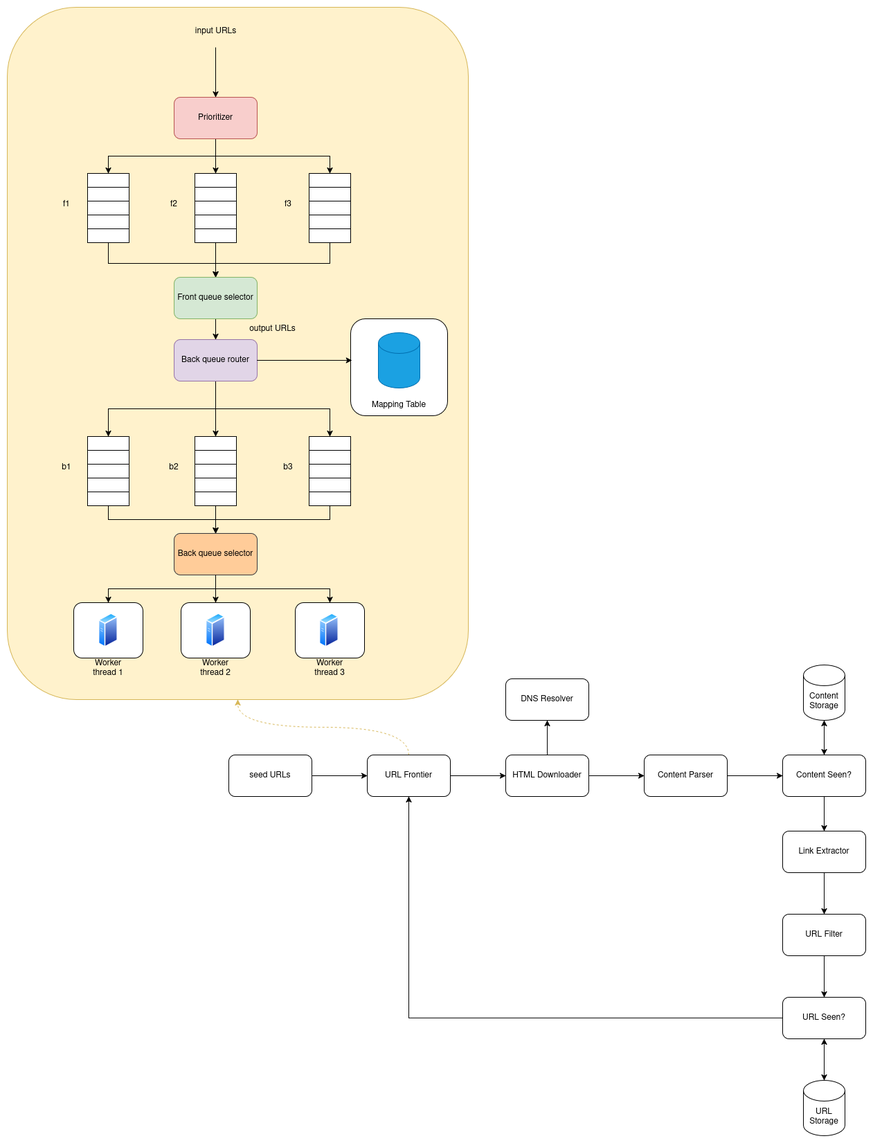
Before: docs/assets/web_crawler.drawio.png, a diagram exported from draw.io (da0p/GithubPage). Source tidied: cells renumbered, new cells last; positions are measured from the earlier drawing's top-left corner, leaving out a move shared by most shapes.
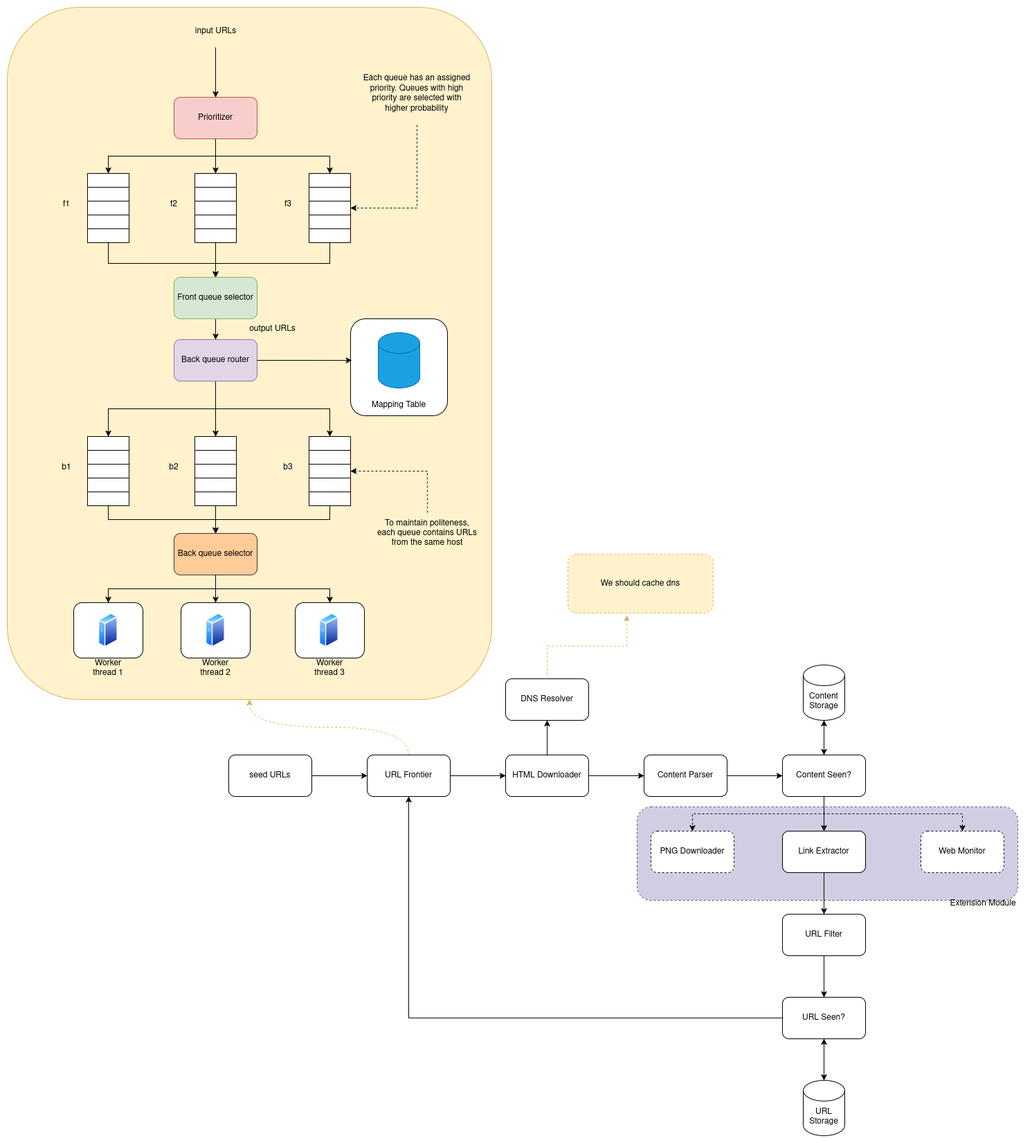
Above is the later version.

What changed in the source:
```diff
@@ -2,8 +2,11 @@
   <root>
     <mxCell id="0" />
     <mxCell id="1" parent="0" />
+    <mxCell id="98" style="rounded=1;whiteSpace=wrap;html=1;fillColor=#d0cee2;strokeColor=#56517e;dashed=1;" parent="1" vertex="1">
+      <mxGeometry x="910" y="1155" width="550" height="135" as="geometry" />
+    </mxCell>
     <mxCell id="2" style="rounded=1;whiteSpace=wrap;html=1;fillColor=#fff2cc;strokeColor=#d6b656;fillStyle=auto;" parent="1" vertex="1">
-      <mxGeometry width="666" height="1000" as="geometry" />
+      <mxGeometry width="700" height="1000" as="geometry" />
     </mxCell>
     <mxCell id="3" style="rounded=1;whiteSpace=wrap;html=1;" parent="1" vertex="1">
       <mxGeometry x="416" y="860" width="100" height="80" as="geometry" />
@@ -50,6 +53,12 @@
     <mxCell id="17" style="edgeStyle=orthogonalEdgeStyle;rounded=0;jettySize=auto;html=1;" parent="1" edge="1" source="18" target="23">
       <mxGeometry relative="1" as="geometry" />
     </mxCell>
+    <mxCell id="99" style="edgeStyle=orthogonalEdgeStyle;rounded=0;jettySize=auto;html=1;exitX=0.5;exitY=1;exitDx=0;exitDy=0;entryX=0.5;entryY=0;entryDx=0;entryDy=0;dashed=1;" parent="1" edge="1" source="18" target="107">
+      <mxGeometry relative="1" as="geometry" />
+    </mxCell>
+    <mxCell id="100" style="edgeStyle=orthogonalEdgeStyle;rounded=0;jettySize=auto;html=1;exitX=0.5;exitY=1;exitDx=0;exitDy=0;entryX=0.5;entryY=0;entryDx=0;entryDy=0;dashed=1;" parent="1" edge="1" source="18" target="108">
+      <mxGeometry relative="1" as="geometry" />
+    </mxCell>
     <mxCell id="18" value="Content Seen?" style="rounded=1;whiteSpace=wrap;html=1;" parent="1" vertex="1">
       <mxGeometry x="1120" y="1080" width="120" height="60" as="geometry" />
     </mxCell>
@@ -302,5 +311,32 @@
     <mxCell id="97" value="Worker thread 3" style="text;html=1;align=center;verticalAlign=middle;whiteSpace=wrap;rounded=0;" parent="1" vertex="1">
       <mxGeometry x="436" y="940" width="60" height="30" as="geometry" />
     </mxCell>
+    <mxCell id="101" style="edgeStyle=orthogonalEdgeStyle;rounded=0;jettySize=auto;html=1;exitX=0.5;exitY=0;exitDx=0;exitDy=0;entryX=1;entryY=0.5;entryDx=0;entryDy=0;dashed=1;" parent="1" edge="1" source="102" target="75">
+      <mxGeometry relative="1" as="geometry" />
+    </mxCell>
+    <mxCell id="102" value="To maintain politeness,&lt;br&gt;each queue contains URLs from the same host" style="text;html=1;align=center;verticalAlign=middle;whiteSpace=wrap;rounded=0;" parent="1" vertex="1">
+      <mxGeometry x="530" y="730" width="154" height="60" as="geometry" />
+    </mxCell>
+    <mxCell id="103" style="edgeStyle=orthogonalEdgeStyle;rounded=0;jettySize=auto;html=1;entryX=1;entryY=0.5;entryDx=0;entryDy=0;exitX=0.5;exitY=1;exitDx=0;exitDy=0;dashed=1;" parent="1" edge="1" source="104" target="44">
+      <mxGeometry relative="1" as="geometry" />
+    </mxCell>
+    <mxCell id="104" value="Each queue has an assigned priority. Queues with high priority are selected with higher probability" style="text;html=1;align=center;verticalAlign=middle;whiteSpace=wrap;rounded=0;" parent="1" vertex="1">
+      <mxGeometry x="510" y="80" width="164" height="90" as="geometry" />
+    </mxCell>
+    <mxCell id="105" value="We should cache dns" style="rounded=1;whiteSpace=wrap;html=1;fillColor=#fff2cc;strokeColor=#d6b656;dashed=1;" parent="1" vertex="1">
+      <mxGeometry x="810" y="790" width="210" height="85" as="geometry" />
+    </mxCell>
+    <mxCell id="106" style="edgeStyle=orthogonalEdgeStyle;rounded=0;jettySize=auto;html=1;exitX=0.5;exitY=0;exitDx=0;exitDy=0;entryX=0.405;entryY=1.036;entryDx=0;entryDy=0;entryPerimeter=0;dashed=1;fillColor=#fff2cc;strokeColor=#d6b656;" parent="1" edge="1" source="19" target="105">
+      <mxGeometry relative="1" as="geometry" />
+    </mxCell>
+    <mxCell id="107" value="PNG Downloader" style="rounded=1;whiteSpace=wrap;html=1;dashed=1;" parent="1" vertex="1">
+      <mxGeometry x="930" y="1190" width="120" height="60" as="geometry" />
+    </mxCell>
+    <mxCell id="108" value="Web Monitor" style="rounded=1;whiteSpace=wrap;html=1;dashed=1;" parent="1" vertex="1">
+      <mxGeometry x="1320" y="1190" width="120" height="60" as="geometry" />
+    </mxCell>
+    <mxCell id="109" value="Extension Module" style="text;html=1;align=center;verticalAlign=middle;whiteSpace=wrap;rounded=0;" parent="1" vertex="1">
+      <mxGeometry x="1350" y="1280" width="120" height="30" as="geometry" />
+    </mxCell>
   </root>
 </mxGraphModel>
```
